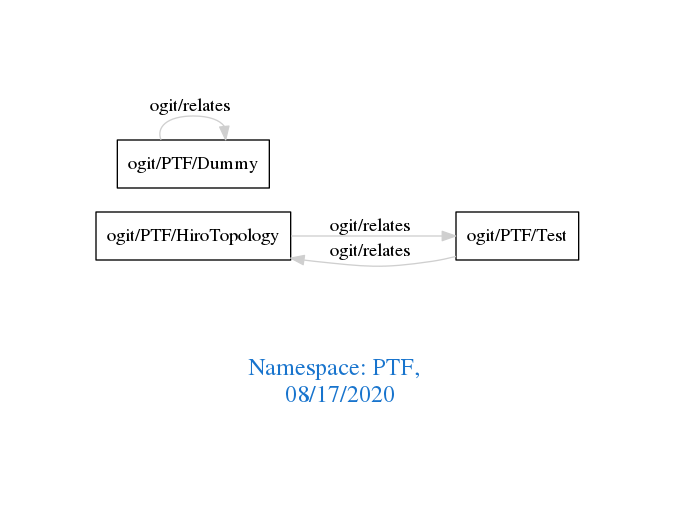
This is downloads/PTF.png from arago/OGIT, a Graphviz export, as it was before one commit. Its source is kept beside it as downloads/PTF.dot.
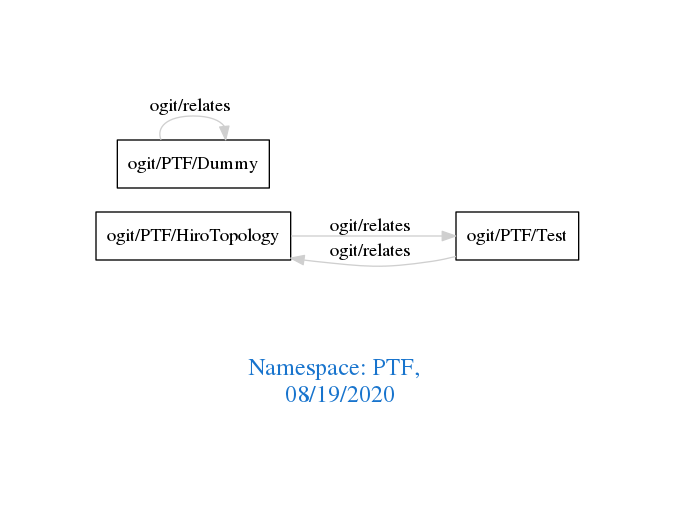
The same file after the commit.

The edit, as a diff of the source:
```diff
@@ -1,7 +1,7 @@
 digraph OGIT_ontology {
  graph [ rankdir= LR,pad=1
 fontsize = 18,
-fontcolor= dodgerblue3,label = "\n\n\nNamespace: PTF, \n 08/17/2020"];
+fontcolor= dodgerblue3,label = "\n\n\nNamespace: PTF, \n 08/19/2020"];
 node[shape=polygon];
 edge [  color="gray81"];
 
```
